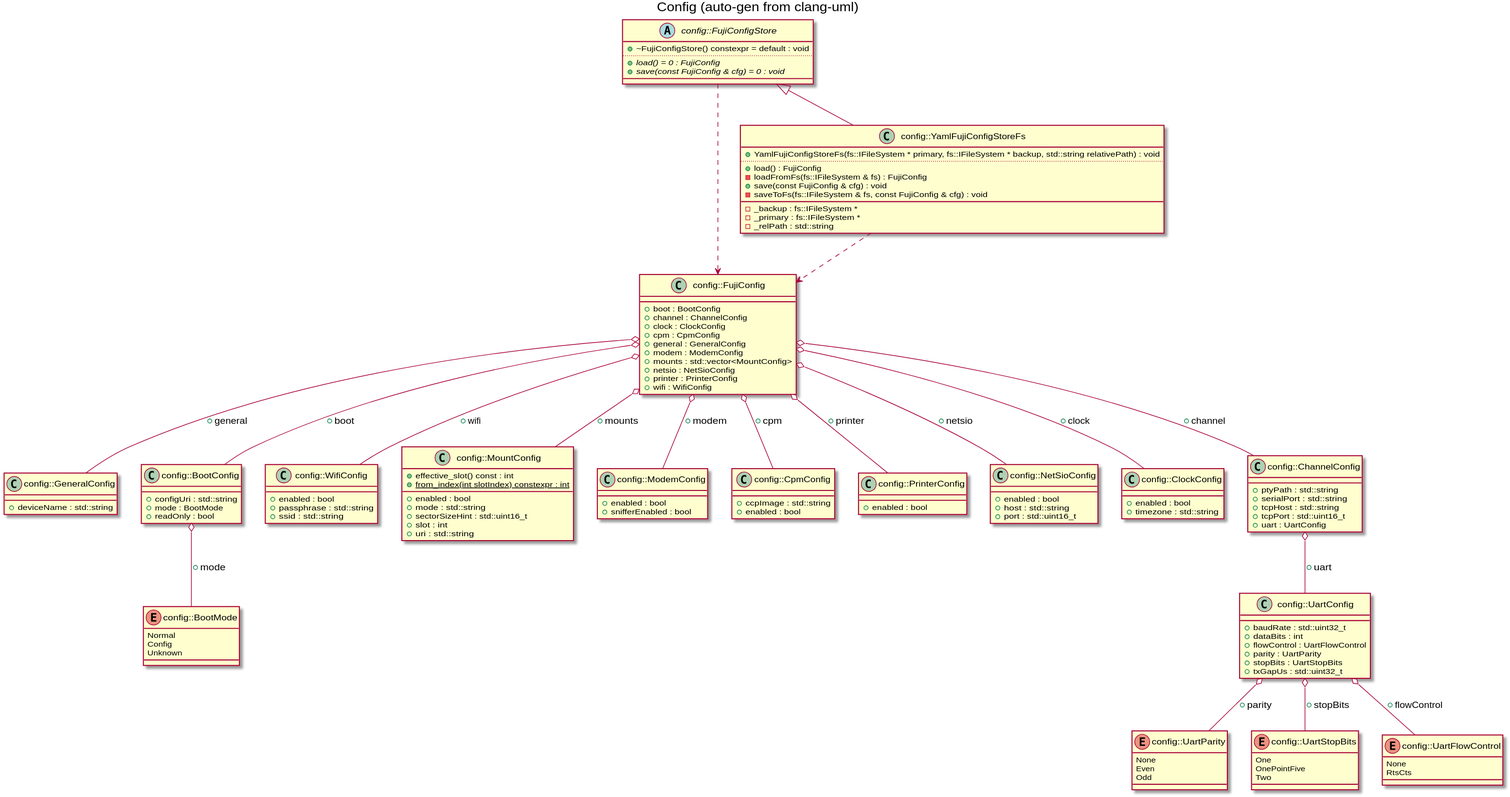
Above: docs/images/gen_config.svg in markjfisher/fujinet-nio (PlantUML), before the change.
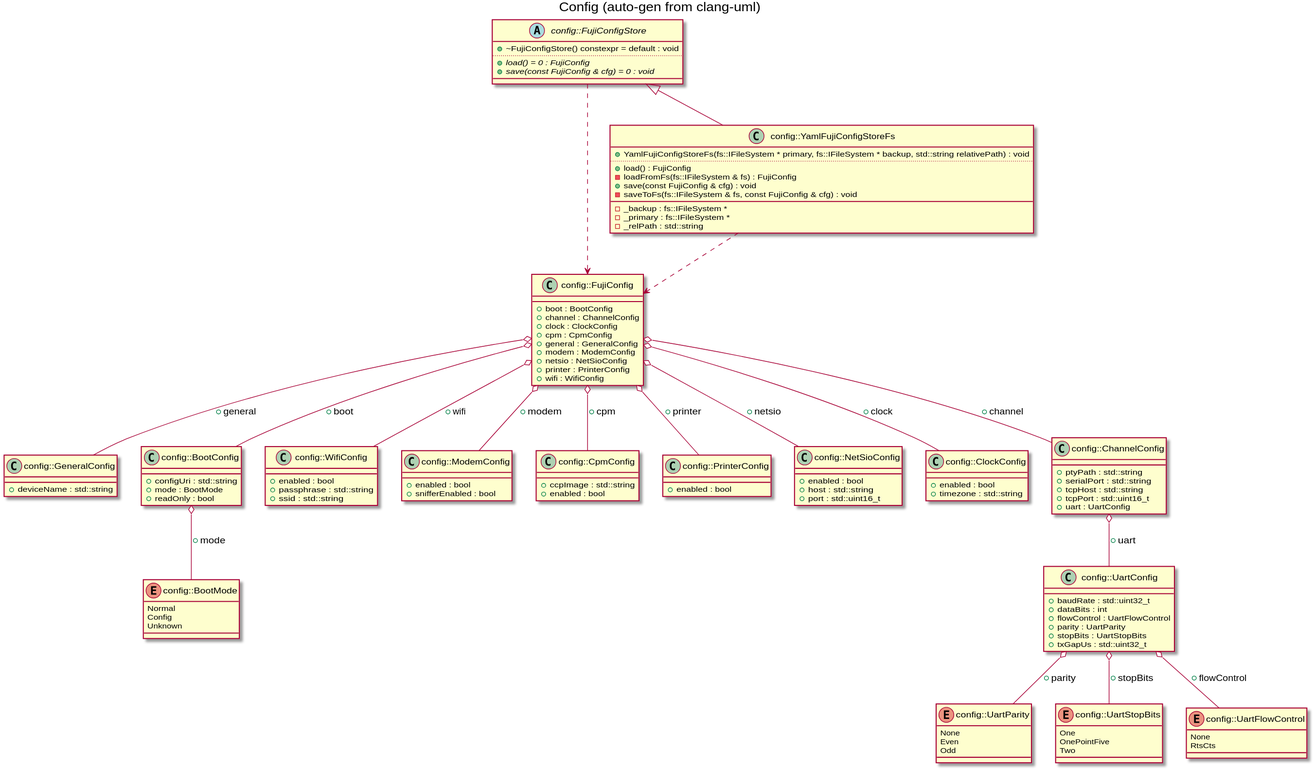
Later version of the same file.

Change to the diagram source:
```diff
@@ -24,17 +24,6 @@
 +enabled : bool
 +passphrase : std::string
 +ssid : std::string
-}
-class "config::MountConfig" as C_0013943630642961179492
-class C_0013943630642961179492 {
-+effective_slot() const : int
-{static} +from_index(int slotIndex) constexpr : int
-__
-+enabled : bool
-+mode : std::string
-+sectorSizeHint : std::uint16_t
-+slot : int
-+uri : std::string
 }
 class "config::ModemConfig" as C_0005975997772767504221
 class C_0005975997772767504221 {
@@ -111,7 +100,6 @@
 +cpm : CpmConfig
 +general : GeneralConfig
 +modem : ModemConfig
-+mounts : std::vector<MountConfig>
 +netsio : NetSioConfig
 +printer : PrinterConfig
 +wifi : WifiConfig
@@ -145,7 +133,6 @@
 C_0013064010099190715901 o-- C_0016837659718836839167 : +general
 C_0013064010099190715901 o-- C_0007703634119308578859 : +boot
 C_0013064010099190715901 o-- C_0016905784937528219397 : +wifi
-C_0013064010099190715901 o-- C_0013943630642961179492 : +mounts
 C_0013064010099190715901 o-- C_0005975997772767504221 : +modem
 C_0013064010099190715901 o-- C_0006472023737076814481 : +cpm
 C_0013064010099190715901 o-- C_0011654528465957303447 : +printer
```
